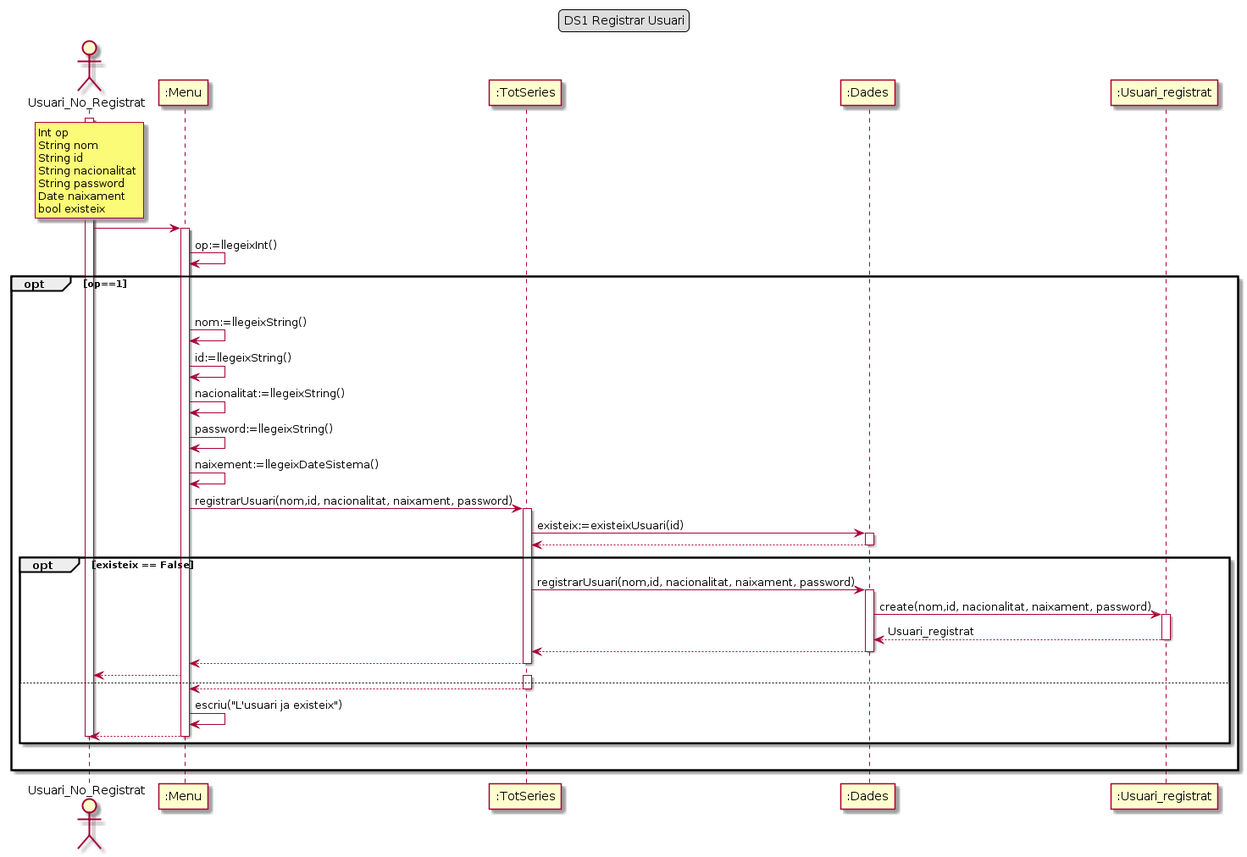
Above: Lab4/GrupA_BergantiñosAngelDiazFranciscoL1b/DS/DS1 RegistrarUser.png in Ralleg314/DS (PlantUML), before the change.
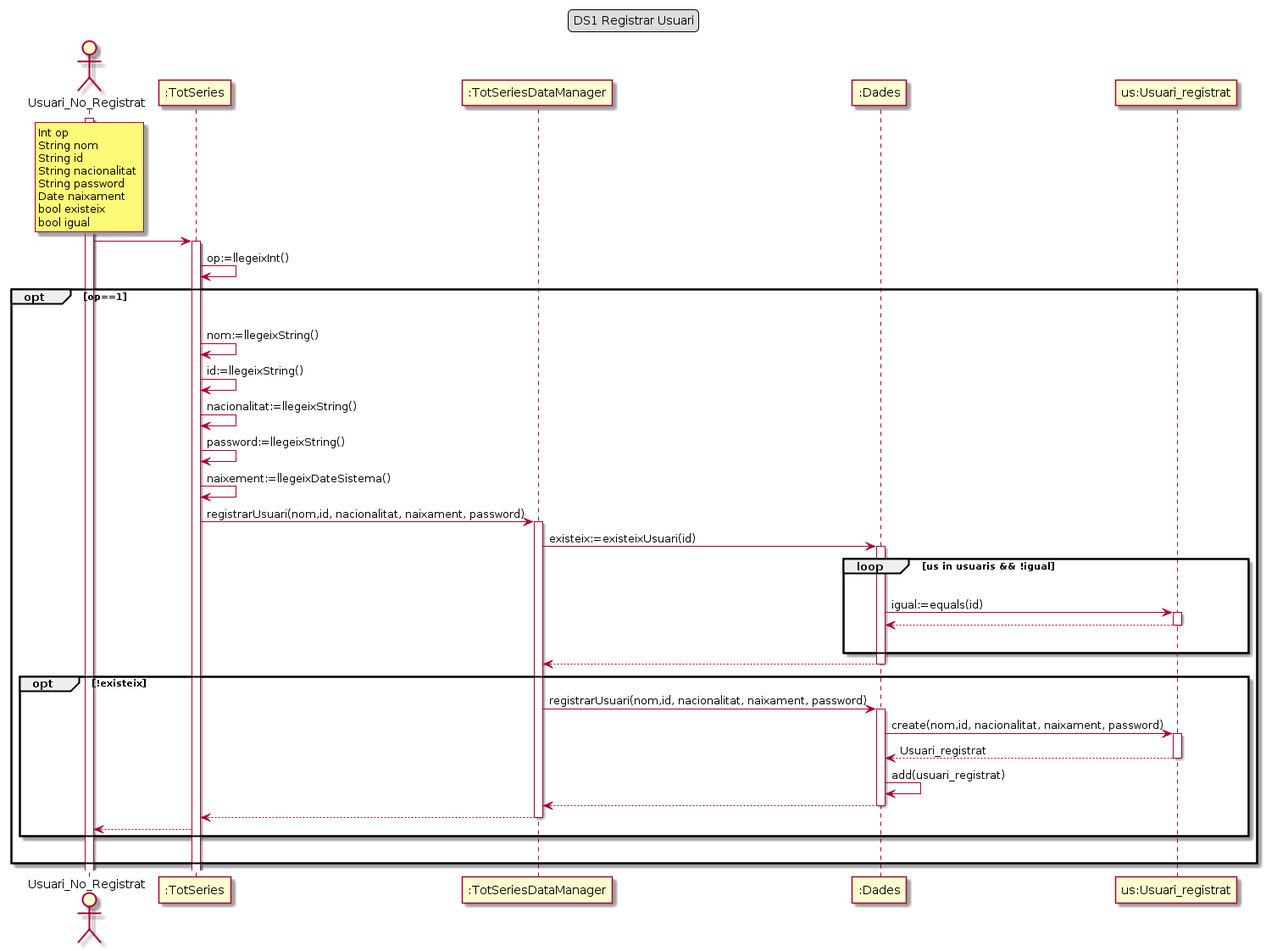
Later version of the same file.

Change to the diagram source:
```diff
@@ -13,12 +13,13 @@
     String password
     Date naixament
     bool existeix
+    bool igual
 end rnote
 
-participant ":Menu" as menu
-participant ":TotSeries" as TS
+participant ":TotSeries" as menu
+participant ":TotSeriesDataManager" as TS
 participant ":Dades" as dades
-participant ":Usuari_registrat" as us
+participant "us:Usuari_registrat" as us
 
 usuari -> menu
 activate menu
@@ -35,11 +36,19 @@
 
     TS -> dades : existeix:=existeixUsuari(id)
     activate dades
+    loop us in usuaris && !igual
+        |||
+        dades -> us: igual:=equals(id)
+        activate us
+        us -->dades
+        deactivate us
+        |||
+    end
     dades ---> TS
     deactivate dades
 
 
-    opt existeix == False
+    opt !existeix
 
     TS -> dades : registrarUsuari(nom,id, nacionalitat, naixament, password)
     activate dades
@@ -47,21 +56,12 @@
     activate us
     us ---> dades : Usuari_registrat
     deactivate us
+    dades -> dades : add(usuari_registrat)
     dades ---> TS
     deactivate dades
     TS ---> menu
     deactivate TS
     menu ---> usuari
-
-    else
-
-    activate TS
-    TS ---> menu
-    deactivate TS
-    menu -> menu : escriu("L'usuari ja existeix")
-    menu ---> usuari
-    deactivate menu
-    deactivate usuari
     end
     |||
 end
```
